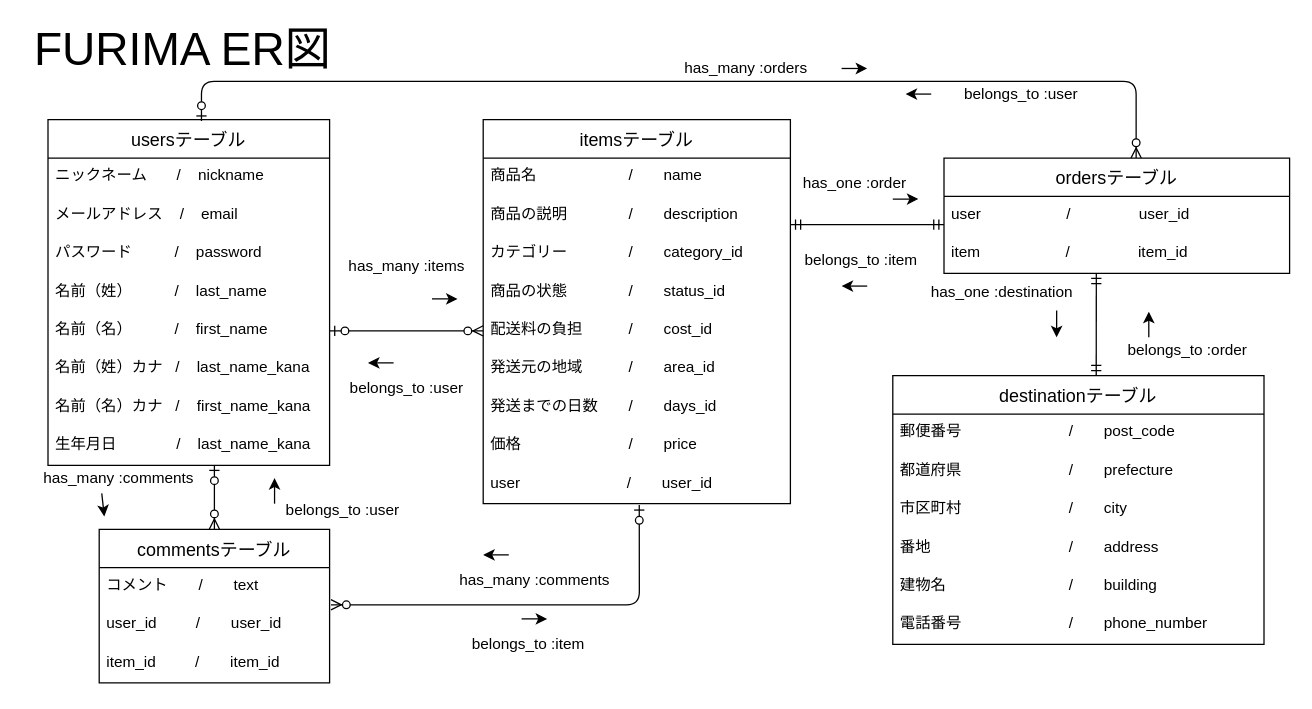
UzTk4/furima-38183 keeps this draw.io diagram as test.dio. Above is the earlier version. Source tidied: cells renumbered, new cells numbered last; positions are measured from the earlier drawing's top-left corner, leaving out a move shared by most shapes. Both pictures are drawn from the tidied source at 128%, with x=0, y=0 at pixel (22, 29).
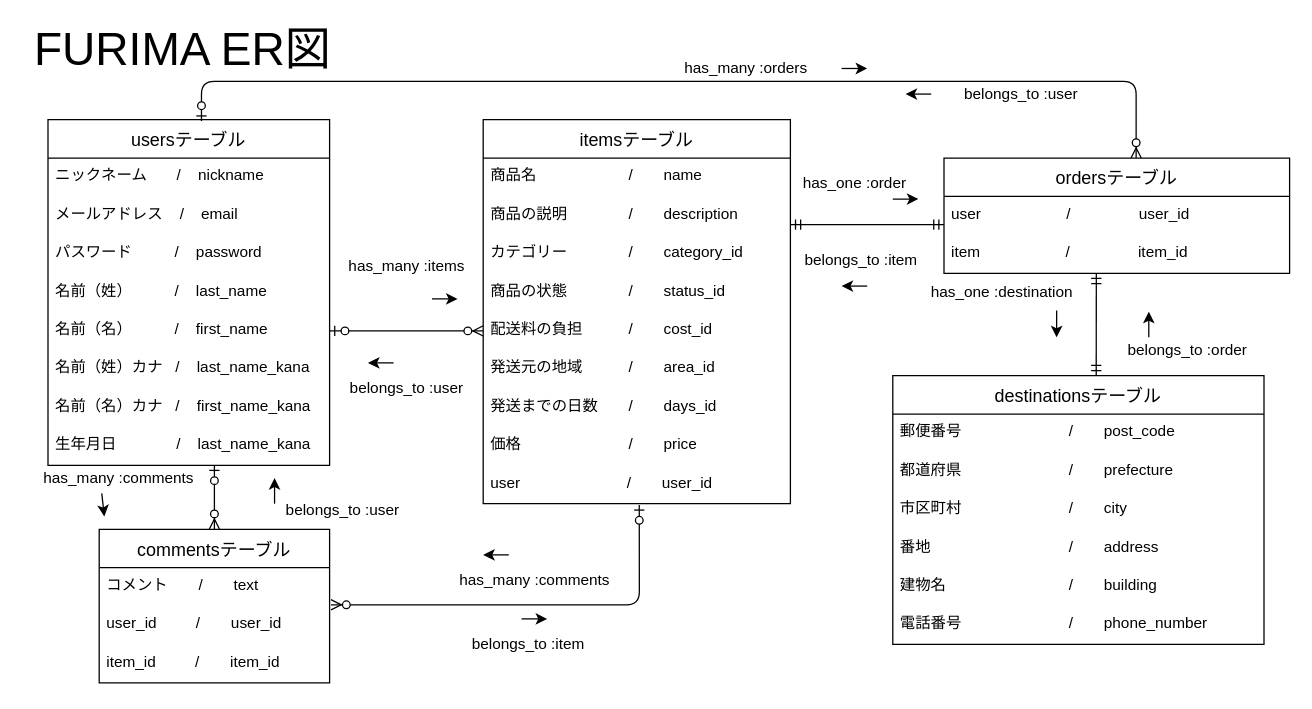
The same diagram, later.

Commit message (it also covers changes not shown here):
テーブル名を複数形に修正

What changed in the source:
```diff
@@
-    <mxCell id="22" value="destinationテーブル" style="swimlane;fontStyle=0;horizontal=1;startSize=30;align=center;fontSize=14;" parent="1" vertex="1">
+    <mxCell id="22" value="destinationsテーブル" style="swimlane;fontStyle=0;horizontal=1;startSize=30;align=center;fontSize=14;" parent="1" vertex="1">
       <mxGeometry x="680" y="270" width="290" height="210" as="geometry" />
     </mxCell>
```
